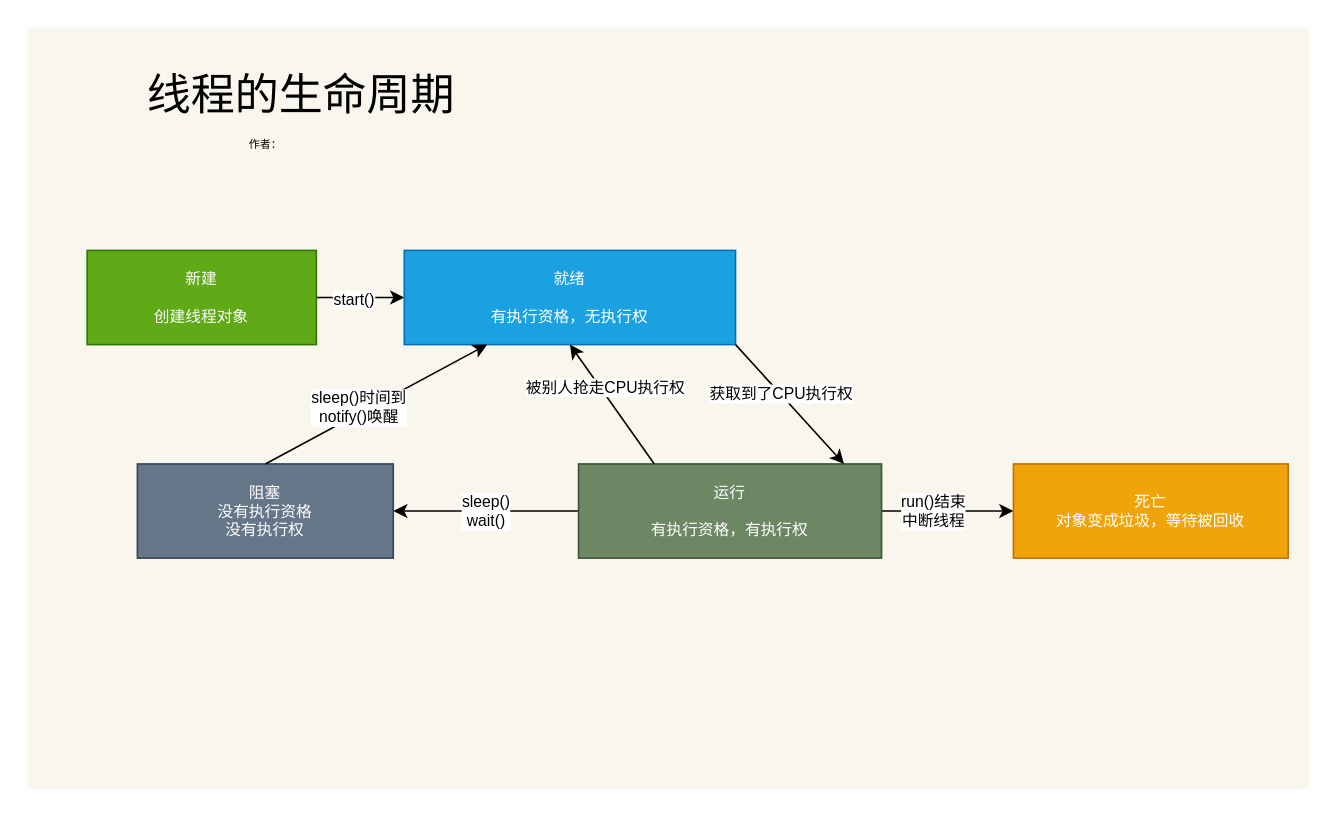
dvtn/docs keeps this draw.io diagram as Thread LifeCycle.drawio. Above is the earlier version. Source tidied: cells renumbered, new cells numbered last; positions are measured from the earlier drawing's top-left corner, leaving out a move shared by most shapes. Both pictures are drawn from the tidied source at 157%, with x=0, y=0 at pixel (27, 27).
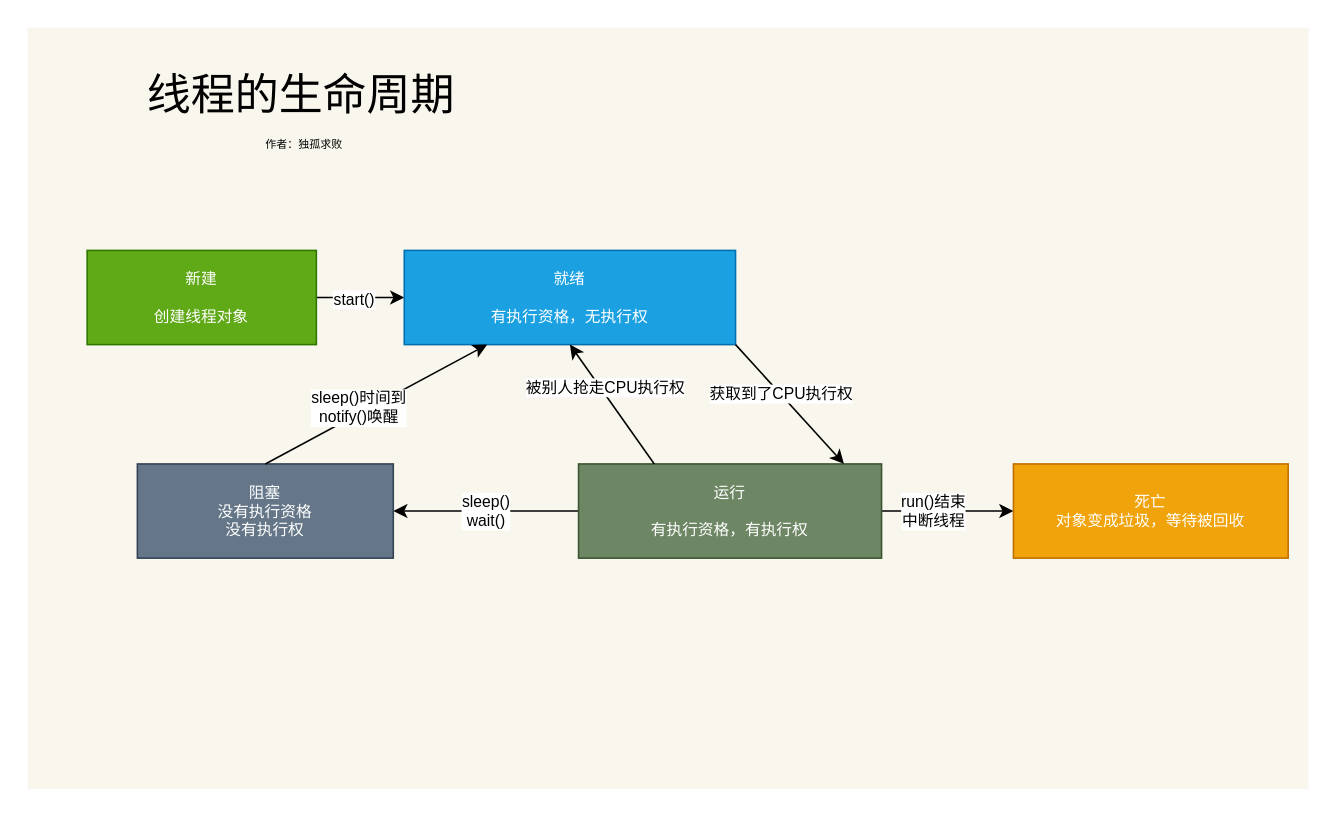
Above is the later version.

What changed in the source:
```diff
@@
-    <mxCell id="19" value="作者：" style="text;html=1;strokeColor=none;fillColor=none;align=center;verticalAlign=middle;whiteSpace=wrap;rounded=0;fontSize=7;" parent="1" vertex="1">
-      <mxGeometry x="131.5" y="65" width="40" height="20" as="geometry" />
+    <mxCell id="19" value="作者：独孤求败" style="text;html=1;strokeColor=none;fillColor=none;align=center;verticalAlign=middle;whiteSpace=wrap;rounded=0;fontSize=7;" parent="1" vertex="1">
+      <mxGeometry x="131.5" y="65" width="88.5" height="20" as="geometry" />
     </mxCell>
```
